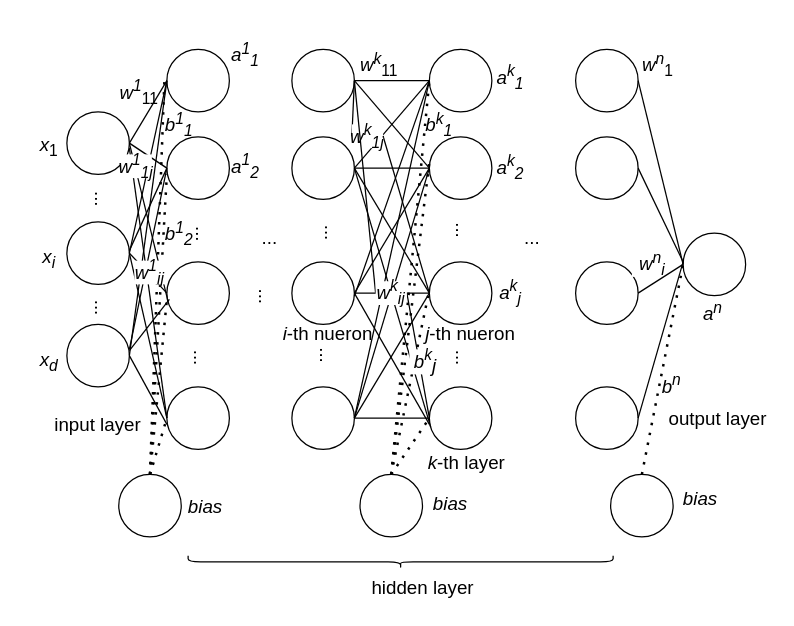
Earlier version of the draw.io diagram mlp.drawio (FanGuozheng/dftbpy). Source tidied: cells renumbered, new cells numbered last; positions are measured from the earlier drawing's top-left corner, leaving out a move shared by most shapes. Both pictures are drawn from the tidied source at 125%, with x=0, y=0 at pixel (21, 21).
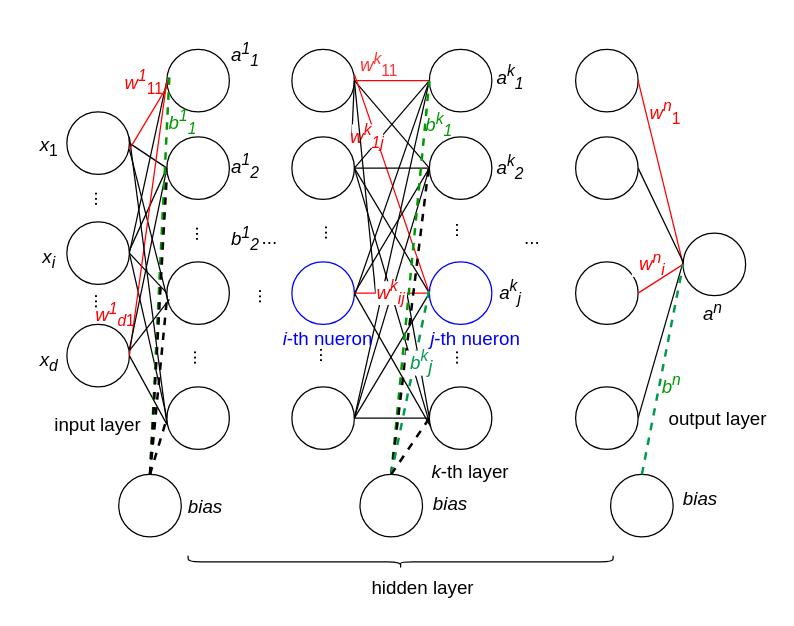
The same page after the edit.

The change refers to these unchanged cells:
```xml
<mxCell id="2" style="ellipse;whiteSpace=wrap;html=1;" parent="1" vertex="1">
  <mxGeometry x="36" y="72" width="50" height="50" as="geometry" />
</mxCell>
<mxCell id="3" style="ellipse;whiteSpace=wrap;html=1;" parent="1" vertex="1">
  <mxGeometry x="116" y="22" width="50" height="50" as="geometry" />
</mxCell>
<mxCell id="5" style="ellipse;whiteSpace=wrap;html=1;" parent="1" vertex="1">
  <mxGeometry x="36" y="242" width="50" height="50" as="geometry" />
</mxCell>
<mxCell id="6" style="ellipse;whiteSpace=wrap;html=1;" parent="1" vertex="1">
  <mxGeometry x="116" y="192" width="50" height="50" as="geometry" />
</mxCell>
<mxCell id="8" style="ellipse;whiteSpace=wrap;html=1;" parent="1" vertex="1">
  <mxGeometry x="116" y="292" width="50" height="50" as="geometry" />
</mxCell>
<mxCell id="12" style="ellipse;whiteSpace=wrap;html=1;" parent="1" vertex="1">
  <mxGeometry x="216" y="22" width="50" height="50" as="geometry" />
</mxCell>
<mxCell id="17" style="ellipse;whiteSpace=wrap;html=1;" parent="1" vertex="1">
  <mxGeometry x="529" y="169" width="50" height="50" as="geometry" />
</mxCell>
<mxCell id="32" style="ellipse;whiteSpace=wrap;html=1;" parent="1" vertex="1">
  <mxGeometry x="443" y="192" width="50" height="50" as="geometry" />
</mxCell>
<mxCell id="34" style="ellipse;whiteSpace=wrap;html=1;" parent="1" vertex="1">
  <mxGeometry x="443" y="22" width="50" height="50" as="geometry" />
</mxCell>
<mxCell id="39" style="ellipse;whiteSpace=wrap;html=1;" parent="1" vertex="1">
  <mxGeometry x="326" y="292" width="50" height="50" as="geometry" />
</mxCell>
<mxCell id="42" style="ellipse;whiteSpace=wrap;html=1;" parent="1" vertex="1">
  <mxGeometry x="326" y="22" width="50" height="50" as="geometry" />
</mxCell>
<mxCell id="90" style="ellipse;whiteSpace=wrap;html=1;" parent="1" vertex="1">
  <mxGeometry x="77.5" y="362" width="50" height="50" as="geometry" />
</mxCell>
<mxCell id="97" style="ellipse;whiteSpace=wrap;html=1;" parent="1" vertex="1">
  <mxGeometry x="270.5" y="362" width="50" height="50" as="geometry" />
</mxCell>
<mxCell id="98" style="ellipse;whiteSpace=wrap;html=1;" parent="1" vertex="1">
  <mxGeometry x="471" y="362" width="50" height="50" as="geometry" />
</mxCell>
```

What changed in the source:
```diff
@@
-    <mxCell id="10" style="ellipse;whiteSpace=wrap;html=1;" parent="1" vertex="1">
+    <mxCell id="10" style="ellipse;whiteSpace=wrap;html=1;strokeColor=#0000FF;" parent="1" vertex="1">
       <mxGeometry x="216" y="192" width="50" height="50" as="geometry" />
     </mxCell>
@@
     <mxCell id="14" value="&lt;font style=&quot;font-size: 15px;&quot;&gt;...&lt;/font&gt;" style="rounded=0;whiteSpace=wrap;html=1;strokeColor=none;fillColor=none;rotation=90;" parent="1" vertex="1">
-      <mxGeometry x="50" y="219" width="30" height="20" as="geometry" />
+      <mxGeometry x="50" y="214" width="30" height="20" as="geometry" />
     </mxCell>
@@
-    <mxCell id="18" style="endArrow=none;html=1;rounded=0;exitX=1;exitY=0.5;exitDx=0;exitDy=0;entryX=0;entryY=0.5;entryDx=0;entryDy=0;" parent="1" edge="1" source="2" target="3">
-      <mxGeometry relative="1" as="geometry" />
-    </mxCell>
@@
-    <mxCell id="20" style="endArrow=none;html=1;rounded=0;exitX=1;exitY=0.5;exitDx=0;exitDy=0;entryX=0.02;entryY=0.64;entryDx=0;entryDy=0;entryPerimeter=0;" parent="1" edge="1" source="2" target="6">
-      <mxGeometry relative="1" as="geometry" />
+    <mxCell id="20" style="endArrow=none;html=1;rounded=0;entryX=0.02;entryY=0.64;entryDx=0;entryDy=0;entryPerimeter=0;" parent="1" edge="1" target="6">
+      <mxGeometry relative="1" as="geometry">
+        <mxPoint x="86" y="102" as="sourcePoint" />
+      </mxGeometry>
     </mxCell>
-    <mxCell id="21" style="endArrow=none;html=1;rounded=0;entryX=0.04;entryY=0.68;entryDx=0;entryDy=0;entryPerimeter=0;" parent="1" edge="1">
-      <mxGeometry relative="1" as="geometry">
-        <mxPoint x="116" y="317" as="sourcePoint" />
-        <mxPoint x="86" y="101" as="targetPoint" />
-      </mxGeometry>
-    </mxCell>
@@
-    <mxCell id="26" style="endArrow=none;html=1;rounded=0;exitX=1;exitY=0.5;exitDx=0;exitDy=0;entryX=0;entryY=0.5;entryDx=0;entryDy=0;" parent="1" edge="1" source="5" target="3">
+    <mxCell id="26" style="endArrow=none;html=1;rounded=0;exitX=1;exitY=0.5;exitDx=0;exitDy=0;entryX=0;entryY=0.5;entryDx=0;entryDy=0;strokeColor=#FF0000;" parent="1" edge="1" source="5" target="3">
       <mxGeometry relative="1" as="geometry" />
     </mxCell>
@@
-    <mxCell id="36" style="endArrow=none;html=1;rounded=0;exitX=1;exitY=0.5;exitDx=0;exitDy=0;entryX=0;entryY=0.5;entryDx=0;entryDy=0;" parent="1" edge="1" source="34" target="17">
+    <mxCell id="36" style="endArrow=none;html=1;rounded=0;exitX=1;exitY=0.5;exitDx=0;exitDy=0;entryX=0;entryY=0.5;entryDx=0;entryDy=0;strokeColor=#FF0000;" parent="1" edge="1" source="34" target="17">
       <mxGeometry relative="1" as="geometry" />
     </mxCell>
@@
-    <mxCell id="40" style="ellipse;whiteSpace=wrap;html=1;" parent="1" vertex="1">
+    <mxCell id="40" style="ellipse;whiteSpace=wrap;html=1;fontColor=#0000CC;strokeColor=#0000FF;" parent="1" vertex="1">
       <mxGeometry x="326" y="192" width="50" height="50" as="geometry" />
     </mxCell>
@@
-    <mxCell id="47" style="endArrow=none;html=1;rounded=0;exitX=1;exitY=0.5;exitDx=0;exitDy=0;entryX=0;entryY=0.5;entryDx=0;entryDy=0;" parent="1" edge="1" source="12" target="42">
+    <mxCell id="47" style="endArrow=none;html=1;rounded=0;exitX=1;exitY=0.5;exitDx=0;exitDy=0;entryX=0;entryY=0.5;entryDx=0;entryDy=0;strokeColor=#FF0000;" parent="1" edge="1" source="12" target="42">
       <mxGeometry relative="1" as="geometry" />
     </mxCell>
@@
-    <mxCell id="50" style="endArrow=none;html=1;rounded=0;exitX=1;exitY=0.5;exitDx=0;exitDy=0;entryX=0;entryY=0.5;entryDx=0;entryDy=0;" parent="1" edge="1" source="77" target="40">
+    <mxCell id="50" style="endArrow=none;html=1;rounded=0;exitX=0.045;exitY=0.6;exitDx=0;exitDy=0;entryX=0;entryY=0.5;entryDx=0;entryDy=0;exitPerimeter=0;strokeColor=#FF0000;" parent="1" edge="1" source="75" target="40">
       <mxGeometry relative="1" as="geometry" />
     </mxCell>
@@
-    <mxCell id="58" style="endArrow=none;html=1;rounded=0;exitX=1;exitY=0.5;exitDx=0;exitDy=0;entryX=0;entryY=0.5;entryDx=0;entryDy=0;" parent="1" edge="1" source="10" target="40">
+    <mxCell id="58" style="endArrow=none;html=1;rounded=0;exitX=1;exitY=0.5;exitDx=0;exitDy=0;entryX=0;entryY=0.5;entryDx=0;entryDy=0;strokeColor=#FF0000;" parent="1" edge="1" source="10" target="40">
       <mxGeometry relative="1" as="geometry" />
     </mxCell>
@@
     <mxCell id="68" value="&lt;font style=&quot;font-size: 15px;&quot;&gt;&lt;i&gt;k&lt;/i&gt;-th layer&lt;/font&gt;" style="rounded=0;whiteSpace=wrap;html=1;fillColor=none;strokeColor=none;" parent="1" vertex="1">
-      <mxGeometry x="316" y="322" width="80" height="60" as="geometry" />
+      <mxGeometry x="319" y="329" width="80" height="60" as="geometry" />
     </mxCell>
@@
-    <mxCell id="72" value="&lt;font style=&quot;font-size: 15px;&quot;&gt;&lt;i&gt;w&lt;sup&gt;1&lt;/sup&gt;&lt;/i&gt;&lt;sub&gt;11&lt;/sub&gt;&lt;/font&gt;" style="rounded=0;whiteSpace=wrap;html=1;fillColor=none;strokeColor=none;" parent="1" vertex="1">
-      <mxGeometry x="72" y="22" width="44" height="70" as="geometry" />
+    <mxCell id="72" value="&lt;font style=&quot;font-size: 15px;&quot;&gt;&lt;i&gt;w&lt;sup&gt;1&lt;/sup&gt;&lt;/i&gt;&lt;sub&gt;11&lt;/sub&gt;&lt;/font&gt;" style="rounded=0;whiteSpace=wrap;html=1;fillColor=none;strokeColor=none;fontColor=#FF0000;" parent="1" vertex="1">
+      <mxGeometry x="76" y="29" width="44" height="40" as="geometry" />
     </mxCell>
@@
-    <mxCell id="74" value="&lt;font style=&quot;font-size: 15px;&quot;&gt;&lt;i&gt;w&lt;sup&gt;1&lt;/sup&gt;&lt;sub&gt;1j&lt;/sub&gt;&lt;/i&gt;&lt;/font&gt;" style="rounded=0;whiteSpace=wrap;html=1;fillColor=default;strokeColor=none;" parent="1" vertex="1">
-      <mxGeometry x="79" y="106" width="25" height="19" as="geometry" />
-    </mxCell>
-    <mxCell id="75" value="&lt;font style=&quot;font-size: 15px;&quot;&gt;&lt;i&gt;w&lt;sup&gt;k&lt;/sup&gt;&lt;/i&gt;&lt;sub&gt;11&lt;/sub&gt;&lt;/font&gt;" style="rounded=0;whiteSpace=wrap;html=1;fillColor=none;strokeColor=none;" parent="1" vertex="1">
+    <mxCell id="75" value="&lt;font color=&quot;#ff3333&quot; style=&quot;font-size: 15px;&quot;&gt;&lt;i&gt;w&lt;sup&gt;k&lt;/sup&gt;&lt;/i&gt;&lt;sub&gt;11&lt;/sub&gt;&lt;/font&gt;" style="rounded=0;whiteSpace=wrap;html=1;fillColor=none;strokeColor=none;" parent="1" vertex="1">
       <mxGeometry x="264" width="44" height="70" as="geometry" />
     </mxCell>
@@
-    <mxCell id="77" value="&lt;font style=&quot;font-size: 15px;&quot;&gt;&lt;i&gt;w&lt;sup&gt;k&lt;/sup&gt;&lt;sub&gt;1j&lt;/sub&gt;&lt;/i&gt;&lt;/font&gt;" style="rounded=0;whiteSpace=wrap;html=1;fillColor=default;strokeColor=none;" parent="1" vertex="1">
+    <mxCell id="77" value="&lt;font style=&quot;font-size: 15px;&quot;&gt;&lt;i&gt;w&lt;sup&gt;k&lt;/sup&gt;&lt;sub&gt;1j&lt;/sub&gt;&lt;/i&gt;&lt;/font&gt;" style="rounded=0;whiteSpace=wrap;html=1;fillColor=default;strokeColor=none;fontColor=#FF0000;" parent="1" vertex="1">
       <mxGeometry x="264" y="82" width="25" height="19" as="geometry" />
     </mxCell>
@@
-    <mxCell id="79" value="&lt;font style=&quot;font-size: 15px;&quot;&gt;&lt;i&gt;w&lt;sup&gt;k&lt;/sup&gt;&lt;sub&gt;ij&lt;/sub&gt;&lt;/i&gt;&lt;/font&gt;" style="rounded=0;whiteSpace=wrap;html=1;fillColor=default;strokeColor=none;" parent="1" vertex="1">
+    <mxCell id="79" value="&lt;font style=&quot;font-size: 15px;&quot;&gt;&lt;i&gt;w&lt;sup&gt;k&lt;/sup&gt;&lt;sub&gt;ij&lt;/sub&gt;&lt;/i&gt;&lt;/font&gt;" style="rounded=0;whiteSpace=wrap;html=1;fillColor=default;strokeColor=none;fontColor=#FF0000;" parent="1" vertex="1">
       <mxGeometry x="283" y="207.5" width="25" height="19" as="geometry" />
     </mxCell>
-    <mxCell id="80" value="&lt;font style=&quot;font-size: 15px;&quot;&gt;&lt;i&gt;i&lt;/i&gt;-th nueron&lt;/font&gt;" style="rounded=0;whiteSpace=wrap;html=1;fillColor=none;strokeColor=none;" parent="1" vertex="1">
-      <mxGeometry x="205" y="219" width="80" height="60" as="geometry" />
+    <mxCell id="80" value="&lt;font style=&quot;font-size: 15px;&quot;&gt;&lt;i&gt;i&lt;/i&gt;-th nueron&lt;/font&gt;" style="rounded=0;whiteSpace=wrap;html=1;fillColor=none;strokeColor=none;fontColor=#0000FF;" parent="1" vertex="1">
+      <mxGeometry x="205" y="223" width="80" height="60" as="geometry" />
     </mxCell>
-    <mxCell id="81" value="&lt;font style=&quot;font-size: 15px;&quot;&gt;&lt;i&gt;j&lt;/i&gt;-th nueron&lt;/font&gt;" style="rounded=0;whiteSpace=wrap;html=1;fillColor=none;strokeColor=none;" parent="1" vertex="1">
-      <mxGeometry x="319" y="219" width="80" height="60" as="geometry" />
+    <mxCell id="81" value="&lt;font style=&quot;font-size: 15px;&quot;&gt;&lt;i&gt;j&lt;/i&gt;-th nueron&lt;/font&gt;" style="rounded=0;whiteSpace=wrap;html=1;fillColor=none;strokeColor=none;fontColor=#0000FF;" parent="1" vertex="1">
+      <mxGeometry x="323" y="223" width="80" height="60" as="geometry" />
     </mxCell>
-    <mxCell id="82" value="&lt;font style=&quot;font-size: 15px;&quot;&gt;&lt;i&gt;w&lt;sup&gt;n&lt;/sup&gt;&lt;/i&gt;&lt;sub&gt;1&lt;/sub&gt;&lt;/font&gt;" style="rounded=0;whiteSpace=wrap;html=1;fillColor=none;strokeColor=none;" parent="1" vertex="1">
-      <mxGeometry x="487" width="44" height="70" as="geometry" />
+    <mxCell id="82" value="&lt;font style=&quot;font-size: 15px;&quot;&gt;&lt;i&gt;w&lt;sup&gt;n&lt;/sup&gt;&lt;/i&gt;&lt;sub&gt;1&lt;/sub&gt;&lt;/font&gt;" style="rounded=0;whiteSpace=wrap;html=1;fillColor=none;strokeColor=none;fontColor=#FF0000;" parent="1" vertex="1">
+      <mxGeometry x="493" y="38" width="44" height="70" as="geometry" />
     </mxCell>
-    <mxCell id="83" value="&lt;font style=&quot;font-size: 15px;&quot;&gt;&lt;i&gt;w&lt;sup style=&quot;&quot;&gt;n&lt;/sup&gt;&lt;sub&gt;i&lt;/sub&gt;&lt;/i&gt;&lt;/font&gt;" style="rounded=0;whiteSpace=wrap;html=1;fillColor=default;strokeColor=none;" parent="1" vertex="1">
+    <mxCell id="83" value="&lt;font style=&quot;font-size: 15px;&quot;&gt;&lt;i&gt;w&lt;sup style=&quot;&quot;&gt;n&lt;/sup&gt;&lt;sub&gt;i&lt;/sub&gt;&lt;/i&gt;&lt;/font&gt;" style="rounded=0;whiteSpace=wrap;html=1;fillColor=default;strokeColor=none;fontColor=#FF0000;" parent="1" vertex="1">
       <mxGeometry x="488" y="184" width="33" height="20" as="geometry" />
     </mxCell>
-    <mxCell id="84" style="endArrow=none;html=1;rounded=0;exitX=1;exitY=0.5;exitDx=0;exitDy=0;entryX=0;entryY=0.5;entryDx=0;entryDy=0;" parent="1" edge="1" source="32" target="17">
+    <mxCell id="84" style="endArrow=none;html=1;rounded=0;exitX=1;exitY=0.5;exitDx=0;exitDy=0;entryX=0;entryY=0.5;entryDx=0;entryDy=0;strokeColor=#FF0000;" parent="1" edge="1" source="32" target="17">
       <mxGeometry relative="1" as="geometry" />
     </mxCell>
@@
-    <mxCell id="91" style="endArrow=none;dashed=1;html=1;dashPattern=1 3;strokeWidth=2;rounded=0;exitX=0.5;exitY=0;exitDx=0;exitDy=0;entryX=0.955;entryY=0.357;entryDx=0;entryDy=0;entryPerimeter=0;" parent="1" edge="1" source="90" target="72">
+    <mxCell id="91" style="endArrow=none;dashed=1;html=1;strokeWidth=2;rounded=0;exitX=0.5;exitY=0;exitDx=0;exitDy=0;entryX=0.955;entryY=0.357;entryDx=0;entryDy=0;entryPerimeter=0;strokeColor=#009900;" parent="1" edge="1" source="90" target="72">
       <mxGeometry relative="1" as="geometry" />
     </mxCell>
-    <mxCell id="92" style="endArrow=none;dashed=1;html=1;dashPattern=1 3;strokeWidth=2;rounded=0;exitX=0.5;exitY=0;exitDx=0;exitDy=0;" parent="1" edge="1" source="90">
+    <mxCell id="92" style="endArrow=none;dashed=1;html=1;strokeWidth=2;rounded=0;exitX=0.5;exitY=0;exitDx=0;exitDy=0;" parent="1" edge="1" source="90">
       <mxGeometry relative="1" as="geometry">
         <mxPoint x="116" y="122" as="targetPoint" />
       </mxGeometry>
     </mxCell>
-    <mxCell id="93" style="endArrow=none;dashed=1;html=1;dashPattern=1 3;strokeWidth=2;rounded=0;exitX=0.5;exitY=0;exitDx=0;exitDy=0;" parent="1" edge="1" source="90">
+    <mxCell id="93" style="endArrow=none;dashed=1;html=1;strokeWidth=2;rounded=0;exitX=0.5;exitY=0;exitDx=0;exitDy=0;" parent="1" edge="1" source="90">
       <mxGeometry relative="1" as="geometry">
         <mxPoint x="116" y="222" as="targetPoint" />
       </mxGeometry>
     </mxCell>
-    <mxCell id="94" value="&lt;font style=&quot;font-size: 15px;&quot;&gt;&lt;i&gt;w&lt;sup&gt;1&lt;/sup&gt;&lt;sub&gt;ij&lt;/sub&gt;&lt;/i&gt;&lt;/font&gt;" style="rounded=0;whiteSpace=wrap;html=1;fillColor=default;strokeColor=none;" parent="1" vertex="1">
-      <mxGeometry x="90" y="191" width="25" height="19" as="geometry" />
-    </mxCell>
-    <mxCell id="95" style="endArrow=none;dashed=1;html=1;dashPattern=1 3;strokeWidth=2;rounded=0;exitX=0.5;exitY=0;exitDx=0;exitDy=0;entryX=0;entryY=0.5;entryDx=0;entryDy=0;" parent="1" edge="1" source="90" target="8">
-      <mxGeometry relative="1" as="geometry" />
+    <mxCell id="95" style="endArrow=none;dashed=1;html=1;strokeWidth=2;rounded=0;exitX=0.5;exitY=0;exitDx=0;exitDy=0;" parent="1" edge="1" source="90">
+      <mxGeometry relative="1" as="geometry">
+        <mxPoint x="116" y="317" as="targetPoint" />
+      </mxGeometry>
     </mxCell>
-    <mxCell id="96" style="endArrow=none;dashed=1;html=1;dashPattern=1 3;strokeWidth=2;rounded=0;exitX=0.5;exitY=0;exitDx=0;exitDy=0;entryX=0;entryY=0.5;entryDx=0;entryDy=0;" parent="1" edge="1" source="97" target="42">
+    <mxCell id="96" style="endArrow=none;dashed=1;html=1;strokeWidth=2;rounded=0;exitX=0.5;exitY=0;exitDx=0;exitDy=0;entryX=0;entryY=0.5;entryDx=0;entryDy=0;fontColor=#009900;strokeColor=#009900;" parent="1" edge="1" source="97" target="42">
       <mxGeometry relative="1" as="geometry" />
     </mxCell>
@@
-    <mxCell id="99" style="endArrow=none;dashed=1;html=1;dashPattern=1 3;strokeWidth=2;rounded=0;exitX=0.5;exitY=0;exitDx=0;exitDy=0;" parent="1" edge="1" source="97">
+    <mxCell id="99" style="endArrow=none;dashed=1;html=1;strokeWidth=2;rounded=0;exitX=0.5;exitY=0;exitDx=0;exitDy=0;" parent="1" edge="1" source="97">
       <mxGeometry relative="1" as="geometry">
         <mxPoint x="326" y="112" as="targetPoint" />
       </mxGeometry>
     </mxCell>
-    <mxCell id="100" style="endArrow=none;dashed=1;html=1;dashPattern=1 3;strokeWidth=2;rounded=0;exitX=0.5;exitY=0;exitDx=0;exitDy=0;entryX=0.088;entryY=-0.083;entryDx=0;entryDy=0;entryPerimeter=0;" parent="1" edge="1" source="97" target="81">
-      <mxGeometry relative="1" as="geometry" />
+    <mxCell id="100" style="endArrow=none;dashed=1;html=1;strokeWidth=2;rounded=0;exitX=0.5;exitY=0;exitDx=0;exitDy=0;strokeColor=#00994D;" parent="1" edge="1" source="97">
+      <mxGeometry relative="1" as="geometry">
+        <mxPoint x="326" y="214" as="targetPoint" />
+      </mxGeometry>
     </mxCell>
-    <mxCell id="101" style="endArrow=none;dashed=1;html=1;dashPattern=1 3;strokeWidth=2;rounded=0;exitX=0.5;exitY=0;exitDx=0;exitDy=0;entryX=0;entryY=0.5;entryDx=0;entryDy=0;" parent="1" edge="1" source="97" target="39">
+    <mxCell id="101" style="endArrow=none;dashed=1;html=1;strokeWidth=2;rounded=0;exitX=0.5;exitY=0;exitDx=0;exitDy=0;entryX=0;entryY=0.5;entryDx=0;entryDy=0;" parent="1" edge="1" source="97" target="39">
       <mxGeometry relative="1" as="geometry" />
     </mxCell>
-    <mxCell id="102" style="endArrow=none;dashed=1;html=1;dashPattern=1 3;strokeWidth=2;rounded=0;exitX=0.5;exitY=0;exitDx=0;exitDy=0;entryX=0;entryY=0.5;entryDx=0;entryDy=0;" parent="1" edge="1" source="98" target="17">
+    <mxCell id="102" style="endArrow=none;dashed=1;html=1;strokeWidth=2;rounded=0;exitX=0.5;exitY=0;exitDx=0;exitDy=0;entryX=0;entryY=0.5;entryDx=0;entryDy=0;strokeColor=#00994D;" parent="1" edge="1" source="98" target="17">
       <mxGeometry relative="1" as="geometry" />
     </mxCell>
@@
-    <mxCell id="106" value="&lt;span style=&quot;font-size: 15px;&quot;&gt;&lt;i&gt;b&lt;sup&gt;k&lt;/sup&gt;&lt;sub&gt;1&lt;/sub&gt;&lt;/i&gt;&lt;/span&gt;" style="rounded=0;whiteSpace=wrap;html=1;fillColor=none;strokeColor=none;" parent="1" vertex="1">
+    <mxCell id="106" value="&lt;span style=&quot;font-size: 15px;&quot;&gt;&lt;i&gt;b&lt;sup&gt;k&lt;/sup&gt;&lt;sub&gt;1&lt;/sub&gt;&lt;/i&gt;&lt;/span&gt;" style="rounded=0;whiteSpace=wrap;html=1;fillColor=none;strokeColor=none;fontColor=#009900;" parent="1" vertex="1">
       <mxGeometry x="312" y="58" width="44" height="50" as="geometry" />
     </mxCell>
-    <mxCell id="107" value="&lt;i style=&quot;&quot;&gt;&lt;span style=&quot;font-size: 15px;&quot;&gt;b&lt;sup&gt;k&lt;/sup&gt;&lt;/span&gt;&lt;sub style=&quot;font-size: 15px;&quot;&gt;j&lt;/sub&gt;&lt;/i&gt;" style="rounded=0;whiteSpace=wrap;html=1;fillColor=default;strokeColor=none;" parent="1" vertex="1">
-      <mxGeometry x="310" y="262" width="26" height="20" as="geometry" />
+    <mxCell id="107" value="&lt;i style=&quot;&quot;&gt;&lt;span style=&quot;font-size: 15px;&quot;&gt;b&lt;sup&gt;k&lt;/sup&gt;&lt;/span&gt;&lt;sub style=&quot;font-size: 15px;&quot;&gt;j&lt;/sub&gt;&lt;/i&gt;" style="rounded=0;whiteSpace=wrap;html=1;fillColor=default;strokeColor=none;fontColor=#00994D;" parent="1" vertex="1">
+      <mxGeometry x="307" y="263" width="26" height="20" as="geometry" />
     </mxCell>
-    <mxCell id="108" value="&lt;span style=&quot;font-size: 15px;&quot;&gt;&lt;i&gt;b&lt;sup&gt;1&lt;/sup&gt;&lt;sub&gt;1&lt;/sub&gt;&lt;/i&gt;&lt;/span&gt;" style="rounded=0;whiteSpace=wrap;html=1;fillColor=none;strokeColor=none;" parent="1" vertex="1">
-      <mxGeometry x="104" y="58" width="44" height="50" as="geometry" />
+    <mxCell id="108" value="&lt;span style=&quot;font-size: 15px;&quot;&gt;&lt;i&gt;b&lt;sup&gt;1&lt;/sup&gt;&lt;sub&gt;1&lt;/sub&gt;&lt;/i&gt;&lt;/span&gt;" style="rounded=0;whiteSpace=wrap;html=1;fillColor=none;strokeColor=none;fontColor=#009900;" parent="1" vertex="1">
+      <mxGeometry x="107" y="64" width="44" height="34" as="geometry" />
     </mxCell>
     <mxCell id="109" value="&lt;span style=&quot;font-size: 15px;&quot;&gt;&lt;i&gt;b&lt;sup&gt;1&lt;/sup&gt;&lt;sub&gt;2&lt;/sub&gt;&lt;/i&gt;&lt;/span&gt;" style="rounded=0;whiteSpace=wrap;html=1;fillColor=none;strokeColor=none;" parent="1" vertex="1">
-      <mxGeometry x="104" y="145" width="44" height="50" as="geometry" />
+      <mxGeometry x="158" y="162" width="42" height="23" as="geometry" />
     </mxCell>
-    <mxCell id="110" value="&lt;span style=&quot;font-size: 15px;&quot;&gt;&lt;i&gt;b&lt;sup&gt;n&lt;/sup&gt;&lt;/i&gt;&lt;/span&gt;" style="rounded=0;whiteSpace=wrap;html=1;fillColor=none;strokeColor=none;" parent="1" vertex="1">
+    <mxCell id="110" value="&lt;span style=&quot;font-size: 15px;&quot;&gt;&lt;i&gt;b&lt;sup&gt;n&lt;/sup&gt;&lt;/i&gt;&lt;/span&gt;" style="rounded=0;whiteSpace=wrap;html=1;fillColor=none;strokeColor=none;fontColor=#009900;" parent="1" vertex="1">
       <mxGeometry x="498" y="275" width="44" height="30" as="geometry" />
     </mxCell>
+    <mxCell id="111" style="endArrow=none;html=1;rounded=0;" parent="1" edge="1">
+      <mxGeometry relative="1" as="geometry">
+        <mxPoint x="86" y="92" as="sourcePoint" />
+        <mxPoint x="116" y="322" as="targetPoint" />
+      </mxGeometry>
+    </mxCell>
+    <mxCell id="112" value="&lt;font color=&quot;#ff0000&quot; style=&quot;font-size: 15px;&quot;&gt;&lt;i&gt;w&lt;/i&gt;&lt;sup style=&quot;font-style: italic;&quot;&gt;1&lt;/sup&gt;&lt;sub style=&quot;&quot;&gt;&lt;i&gt;d&lt;/i&gt;1&lt;/sub&gt;&lt;/font&gt;" style="rounded=0;whiteSpace=wrap;html=1;fillColor=none;strokeColor=none;" parent="1" vertex="1">
+      <mxGeometry x="57" y="225" width="36" height="19" as="geometry" />
+    </mxCell>
+    <mxCell id="113" style="endArrow=none;html=1;rounded=0;fontColor=#FF0000;strokeColor=#FF0000;" parent="1" edge="1">
+      <mxGeometry relative="1" as="geometry">
+        <mxPoint x="86" y="102" as="sourcePoint" />
+        <mxPoint x="116" y="52" as="targetPoint" />
+      </mxGeometry>
+    </mxCell>
```
